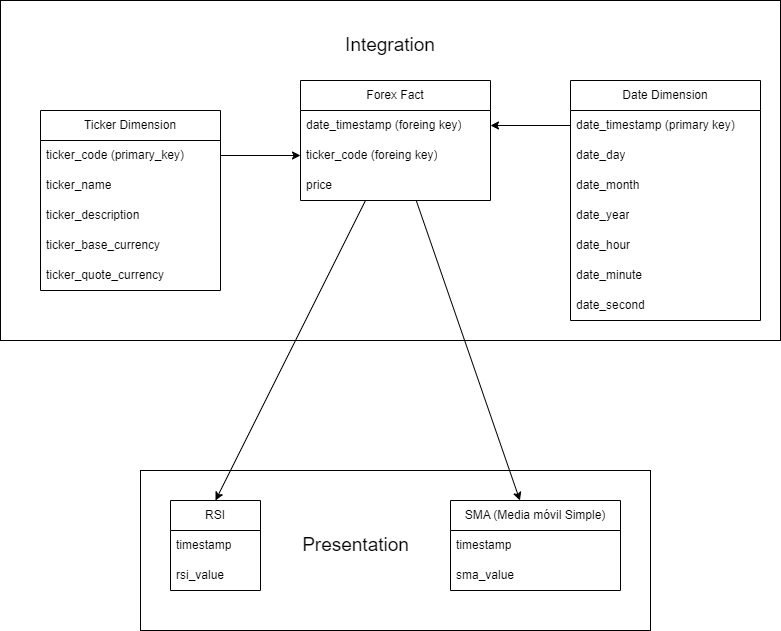
Above: docs/img/modelo_de_datos.png in pabloaguilarv/pruebatecnicanequi (draw.io), before the change. Source tidied: cells renumbered, new cells last; positions are measured from the earlier drawing's top-left corner, leaving out a move shared by most shapes. Its diagram source:
```xml
<mxGraphModel>
  <root>
    <mxCell id="0" />
    <mxCell id="1" parent="0" />
    <mxCell id="2" value="Ticker Dimension" style="swimlane;fontStyle=0;horizontal=1;startSize=30;whiteSpace=wrap;html=1;" parent="1" vertex="1">
      <mxGeometry x="40" y="110" width="180" height="180" as="geometry" />
    </mxCell>
    <mxCell id="3" value="ticker_code (primary_key)" style="text;strokeColor=none;fillColor=none;align=left;verticalAlign=middle;spacingLeft=4;spacingRight=4;overflow=hidden;points=[[0,0.5],[1,0.5]];portConstraint=eastwest;whiteSpace=wrap;html=1;" parent="2" vertex="1">
      <mxGeometry y="30" width="180" height="30" as="geometry" />
    </mxCell>
    <mxCell id="4" value="ticker_name" style="text;strokeColor=none;fillColor=none;align=left;verticalAlign=middle;spacingLeft=4;spacingRight=4;overflow=hidden;whiteSpace=wrap;html=1;" parent="2" vertex="1">
      <mxGeometry y="60" width="180" height="30" as="geometry" />
    </mxCell>
    <mxCell id="5" value="ticker_description" style="text;strokeColor=none;fillColor=none;align=left;verticalAlign=middle;spacingLeft=4;spacingRight=4;overflow=hidden;whiteSpace=wrap;html=1;" parent="2" vertex="1">
      <mxGeometry y="90" width="180" height="30" as="geometry" />
    </mxCell>
    <mxCell id="6" value="ticker_base_currency" style="text;strokeColor=none;fillColor=none;align=left;verticalAlign=middle;spacingLeft=4;spacingRight=4;overflow=hidden;whiteSpace=wrap;html=1;" parent="2" vertex="1">
      <mxGeometry y="120" width="180" height="30" as="geometry" />
    </mxCell>
    <mxCell id="7" value="ticker_quote_currency" style="text;strokeColor=none;fillColor=none;align=left;verticalAlign=middle;spacingLeft=4;spacingRight=4;overflow=hidden;whiteSpace=wrap;html=1;" parent="2" vertex="1">
      <mxGeometry y="150" width="180" height="30" as="geometry" />
    </mxCell>
    <mxCell id="8" value="Date Dimension" style="swimlane;fontStyle=0;horizontal=1;startSize=30;whiteSpace=wrap;html=1;" parent="1" vertex="1">
      <mxGeometry x="570" y="80" width="190" height="240" as="geometry" />
    </mxCell>
    <mxCell id="9" value="date_timestamp (primary key)" style="text;strokeColor=none;fillColor=none;align=left;verticalAlign=middle;spacingLeft=4;spacingRight=4;overflow=hidden;points=[[0,0.5],[1,0.5]];portConstraint=eastwest;whiteSpace=wrap;html=1;" parent="8" vertex="1">
      <mxGeometry y="30" width="190" height="30" as="geometry" />
    </mxCell>
    <mxCell id="10" value="date_day" style="text;strokeColor=none;fillColor=none;align=left;verticalAlign=middle;spacingLeft=4;spacingRight=4;overflow=hidden;whiteSpace=wrap;html=1;" parent="8" vertex="1">
      <mxGeometry y="60" width="190" height="30" as="geometry" />
    </mxCell>
    <mxCell id="11" value="date_month" style="text;strokeColor=none;fillColor=none;align=left;verticalAlign=middle;spacingLeft=4;spacingRight=4;overflow=hidden;whiteSpace=wrap;html=1;" parent="8" vertex="1">
      <mxGeometry y="90" width="190" height="30" as="geometry" />
    </mxCell>
    <mxCell id="12" value="date_year" style="text;strokeColor=none;fillColor=none;align=left;verticalAlign=middle;spacingLeft=4;spacingRight=4;overflow=hidden;whiteSpace=wrap;html=1;" parent="8" vertex="1">
      <mxGeometry y="120" width="190" height="30" as="geometry" />
    </mxCell>
    <mxCell id="13" value="date_hour" style="text;strokeColor=none;fillColor=none;align=left;verticalAlign=middle;spacingLeft=4;spacingRight=4;overflow=hidden;whiteSpace=wrap;html=1;" parent="8" vertex="1">
      <mxGeometry y="150" width="190" height="30" as="geometry" />
    </mxCell>
    <mxCell id="14" value="date_minute" style="text;strokeColor=none;fillColor=none;align=left;verticalAlign=middle;spacingLeft=4;spacingRight=4;overflow=hidden;whiteSpace=wrap;html=1;" parent="8" vertex="1">
      <mxGeometry y="180" width="190" height="30" as="geometry" />
    </mxCell>
    <mxCell id="15" value="date_second" style="text;strokeColor=none;fillColor=none;align=left;verticalAlign=middle;spacingLeft=4;spacingRight=4;overflow=hidden;whiteSpace=wrap;html=1;" parent="8" vertex="1">
      <mxGeometry y="210" width="190" height="30" as="geometry" />
    </mxCell>
    <mxCell id="16" style="edgeStyle=none;html=1;" parent="1" edge="1" source="18" target="28">
      <mxGeometry relative="1" as="geometry" />
    </mxCell>
    <mxCell id="17" style="edgeStyle=none;html=1;entryX=0.5;entryY=0;entryDx=0;entryDy=0;" parent="1" edge="1" source="18" target="25">
      <mxGeometry relative="1" as="geometry" />
    </mxCell>
    <mxCell id="18" value="Forex Fact" style="swimlane;fontStyle=0;horizontal=1;startSize=30;whiteSpace=wrap;html=1;" parent="1" vertex="1">
      <mxGeometry x="300" y="80" width="190" height="120" as="geometry" />
    </mxCell>
    <mxCell id="19" value="date_timestamp (foreing key)" style="text;strokeColor=none;fillColor=none;align=left;verticalAlign=middle;spacingLeft=4;spacingRight=4;overflow=hidden;points=[[0,0.5],[1,0.5]];portConstraint=eastwest;whiteSpace=wrap;html=1;" parent="18" vertex="1">
      <mxGeometry y="30" width="190" height="30" as="geometry" />
    </mxCell>
    <mxCell id="20" value="ticker_code (foreing key)" style="text;strokeColor=none;fillColor=none;align=left;verticalAlign=middle;spacingLeft=4;spacingRight=4;overflow=hidden;points=[[0,0.5],[1,0.5]];portConstraint=eastwest;whiteSpace=wrap;html=1;" parent="18" vertex="1">
      <mxGeometry y="60" width="190" height="30" as="geometry" />
    </mxCell>
    <mxCell id="21" value="price" style="text;strokeColor=none;fillColor=none;align=left;verticalAlign=middle;spacingLeft=4;spacingRight=4;overflow=hidden;whiteSpace=wrap;html=1;" parent="18" vertex="1">
      <mxGeometry y="90" width="190" height="30" as="geometry" />
    </mxCell>
    <mxCell id="22" style="rounded=0;whiteSpace=wrap;html=1;labelBackgroundColor=none;fontColor=none;noLabel=1;fillColor=none;" parent="1" vertex="1">
      <mxGeometry x="140" y="470" width="510" height="160" as="geometry" />
    </mxCell>
    <mxCell id="23" style="edgeStyle=none;html=1;exitX=1;exitY=0.5;exitDx=0;exitDy=0;entryX=0;entryY=0.5;entryDx=0;entryDy=0;" parent="1" edge="1" source="3" target="20">
      <mxGeometry relative="1" as="geometry" />
    </mxCell>
    <mxCell id="24" style="edgeStyle=none;html=1;exitX=0;exitY=0.5;exitDx=0;exitDy=0;entryX=1;entryY=0.5;entryDx=0;entryDy=0;" parent="1" edge="1" source="9" target="19">
      <mxGeometry relative="1" as="geometry" />
    </mxCell>
    <mxCell id="25" value="RSI" style="swimlane;fontStyle=0;horizontal=1;startSize=30;whiteSpace=wrap;html=1;" parent="1" vertex="1">
      <mxGeometry x="170" y="500" width="90" height="90" as="geometry" />
    </mxCell>
    <mxCell id="26" value="timestamp" style="text;strokeColor=none;fillColor=none;align=left;verticalAlign=middle;spacingLeft=4;spacingRight=4;overflow=hidden;whiteSpace=wrap;html=1;" parent="25" vertex="1">
      <mxGeometry y="30" width="90" height="30" as="geometry" />
    </mxCell>
    <mxCell id="27" value="rsi_value" style="text;strokeColor=none;fillColor=none;align=left;verticalAlign=middle;spacingLeft=4;spacingRight=4;overflow=hidden;whiteSpace=wrap;html=1;" parent="25" vertex="1">
      <mxGeometry y="60" width="90" height="30" as="geometry" />
    </mxCell>
    <mxCell id="28" value="SMA (Media móvil Simple)" style="swimlane;fontStyle=0;horizontal=1;startSize=30;whiteSpace=wrap;html=1;" parent="1" vertex="1">
      <mxGeometry x="450" y="500" width="170" height="90" as="geometry" />
    </mxCell>
    <mxCell id="29" value="timestamp" style="text;strokeColor=none;fillColor=none;align=left;verticalAlign=middle;spacingLeft=4;spacingRight=4;overflow=hidden;whiteSpace=wrap;html=1;" parent="28" vertex="1">
      <mxGeometry y="30" width="170" height="30" as="geometry" />
    </mxCell>
    <mxCell id="30" value="sma_value" style="text;strokeColor=none;fillColor=none;align=left;verticalAlign=middle;spacingLeft=4;spacingRight=4;overflow=hidden;whiteSpace=wrap;html=1;" parent="28" vertex="1">
      <mxGeometry y="60" width="170" height="30" as="geometry" />
    </mxCell>
    <mxCell id="31" value="Presentation" style="text;html=1;strokeColor=none;fillColor=none;align=center;verticalAlign=middle;whiteSpace=wrap;rounded=0;fontSize=19;" parent="1" vertex="1">
      <mxGeometry x="312.5" y="527.5" width="85" height="35" as="geometry" />
    </mxCell>
    <mxCell id="32" style="rounded=0;whiteSpace=wrap;html=1;fillColor=none;" parent="1" vertex="1">
      <mxGeometry width="780" height="340" as="geometry" />
    </mxCell>
    <mxCell id="33" value="Integration" style="text;html=1;strokeColor=none;fillColor=none;align=center;verticalAlign=middle;whiteSpace=wrap;rounded=0;fontSize=19;" parent="1" vertex="1">
      <mxGeometry x="360" y="30" width="60" height="30" as="geometry" />
    </mxCell>
  </root>
</mxGraphModel>
```
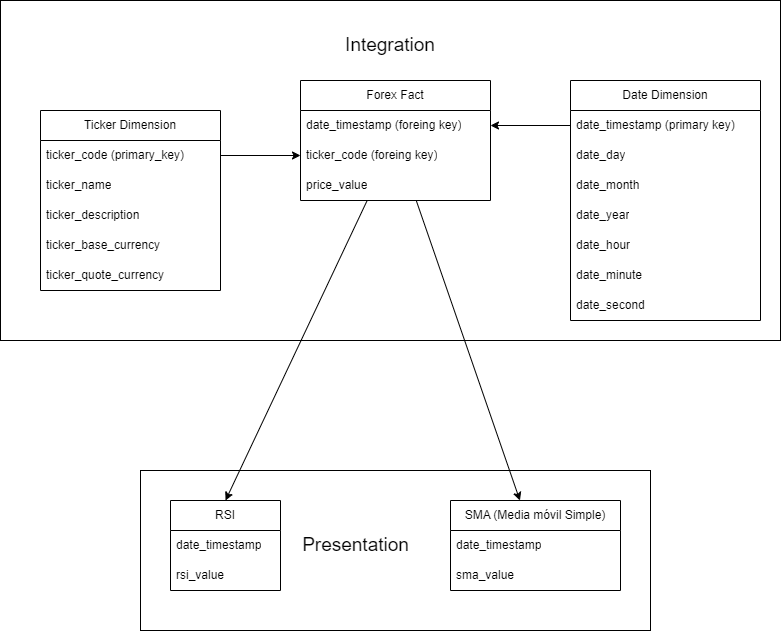
Later version of the same file.

The edit, as a diff of the source:
```diff
@@ -2,6 +2,9 @@
   <root>
     <mxCell id="0" />
     <mxCell id="1" parent="0" />
+    <mxCell id="32" style="rounded=0;whiteSpace=wrap;html=1;fillColor=none;" parent="1" vertex="1">
+      <mxGeometry width="780" height="340" as="geometry" />
+    </mxCell>
     <mxCell id="2" value="Ticker Dimension" style="swimlane;fontStyle=0;horizontal=1;startSize=30;whiteSpace=wrap;html=1;" parent="1" vertex="1">
       <mxGeometry x="40" y="110" width="180" height="180" as="geometry" />
     </mxCell>
@@ -59,7 +62,7 @@
     <mxCell id="20" value="ticker_code (foreing key)" style="text;strokeColor=none;fillColor=none;align=left;verticalAlign=middle;spacingLeft=4;spacingRight=4;overflow=hidden;points=[[0,0.5],[1,0.5]];portConstraint=eastwest;whiteSpace=wrap;html=1;" parent="18" vertex="1">
       <mxGeometry y="60" width="190" height="30" as="geometry" />
     </mxCell>
-    <mxCell id="21" value="price" style="text;strokeColor=none;fillColor=none;align=left;verticalAlign=middle;spacingLeft=4;spacingRight=4;overflow=hidden;whiteSpace=wrap;html=1;" parent="18" vertex="1">
+    <mxCell id="21" value="price_value" style="text;strokeColor=none;fillColor=none;align=left;verticalAlign=middle;spacingLeft=4;spacingRight=4;overflow=hidden;whiteSpace=wrap;html=1;" parent="18" vertex="1">
       <mxGeometry y="90" width="190" height="30" as="geometry" />
     </mxCell>
     <mxCell id="22" style="rounded=0;whiteSpace=wrap;html=1;labelBackgroundColor=none;fontColor=none;noLabel=1;fillColor=none;" parent="1" vertex="1">
@@ -72,18 +75,18 @@
       <mxGeometry relative="1" as="geometry" />
     </mxCell>
     <mxCell id="25" value="RSI" style="swimlane;fontStyle=0;horizontal=1;startSize=30;whiteSpace=wrap;html=1;" parent="1" vertex="1">
-      <mxGeometry x="170" y="500" width="90" height="90" as="geometry" />
+      <mxGeometry x="170" y="500" width="110" height="90" as="geometry" />
     </mxCell>
-    <mxCell id="26" value="timestamp" style="text;strokeColor=none;fillColor=none;align=left;verticalAlign=middle;spacingLeft=4;spacingRight=4;overflow=hidden;whiteSpace=wrap;html=1;" parent="25" vertex="1">
-      <mxGeometry y="30" width="90" height="30" as="geometry" />
+    <mxCell id="26" value="date_timestamp" style="text;strokeColor=none;fillColor=none;align=left;verticalAlign=middle;spacingLeft=4;spacingRight=4;overflow=hidden;whiteSpace=wrap;html=1;" parent="25" vertex="1">
+      <mxGeometry y="30" width="110" height="30" as="geometry" />
     </mxCell>
     <mxCell id="27" value="rsi_value" style="text;strokeColor=none;fillColor=none;align=left;verticalAlign=middle;spacingLeft=4;spacingRight=4;overflow=hidden;whiteSpace=wrap;html=1;" parent="25" vertex="1">
-      <mxGeometry y="60" width="90" height="30" as="geometry" />
+      <mxGeometry y="60" width="110" height="30" as="geometry" />
     </mxCell>
     <mxCell id="28" value="SMA (Media móvil Simple)" style="swimlane;fontStyle=0;horizontal=1;startSize=30;whiteSpace=wrap;html=1;" parent="1" vertex="1">
       <mxGeometry x="450" y="500" width="170" height="90" as="geometry" />
     </mxCell>
-    <mxCell id="29" value="timestamp" style="text;strokeColor=none;fillColor=none;align=left;verticalAlign=middle;spacingLeft=4;spacingRight=4;overflow=hidden;whiteSpace=wrap;html=1;" parent="28" vertex="1">
+    <mxCell id="29" value="date_timestamp" style="text;strokeColor=none;fillColor=none;align=left;verticalAlign=middle;spacingLeft=4;spacingRight=4;overflow=hidden;whiteSpace=wrap;html=1;" parent="28" vertex="1">
       <mxGeometry y="30" width="170" height="30" as="geometry" />
     </mxCell>
     <mxCell id="30" value="sma_value" style="text;strokeColor=none;fillColor=none;align=left;verticalAlign=middle;spacingLeft=4;spacingRight=4;overflow=hidden;whiteSpace=wrap;html=1;" parent="28" vertex="1">
@@ -92,9 +95,6 @@
     <mxCell id="31" value="Presentation" style="text;html=1;strokeColor=none;fillColor=none;align=center;verticalAlign=middle;whiteSpace=wrap;rounded=0;fontSize=19;" parent="1" vertex="1">
       <mxGeometry x="312.5" y="527.5" width="85" height="35" as="geometry" />
     </mxCell>
-    <mxCell id="32" style="rounded=0;whiteSpace=wrap;html=1;fillColor=none;" parent="1" vertex="1">
-      <mxGeometry width="780" height="340" as="geometry" />
-    </mxCell>
     <mxCell id="33" value="Integration" style="text;html=1;strokeColor=none;fillColor=none;align=center;verticalAlign=middle;whiteSpace=wrap;rounded=0;fontSize=19;" parent="1" vertex="1">
       <mxGeometry x="360" y="30" width="60" height="30" as="geometry" />
     </mxCell>
```
